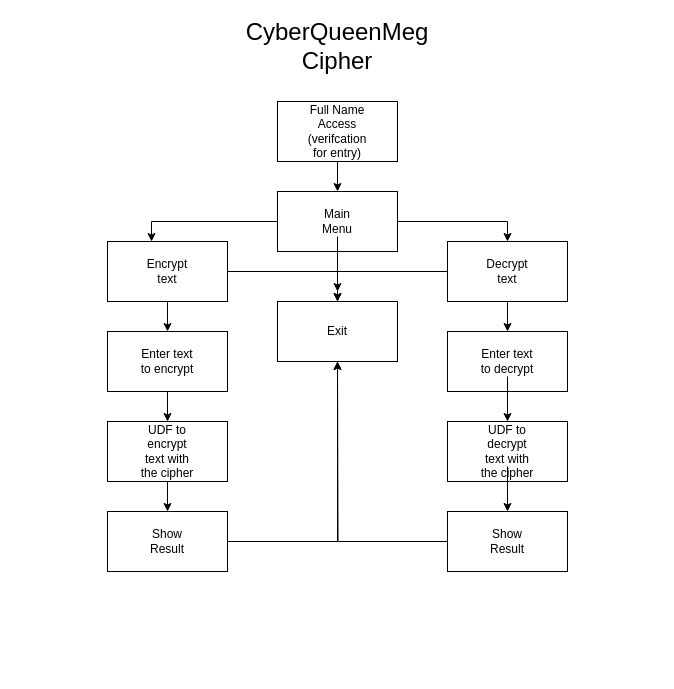
This is ITT310FinalFlowchart.drawio from cyberqueenmeg/itt-310-final-proj, a draw.io file, before an edit. Source tidied: cells renumbered, new cells numbered last; positions are measured from the earlier drawing's top-left corner, leaving out a move shared by most shapes. Both pictures are drawn from the tidied source at 100%, with x=0, y=0 at pixel (107, 31).
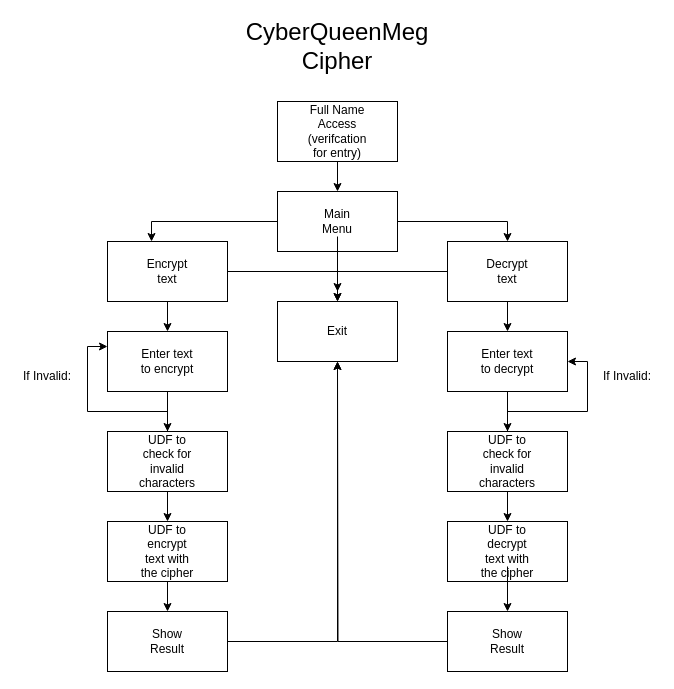
Above is the later version.

Unchanged cells that the change refers to:
```xml
<mxCell id="22" style="rounded=0;whiteSpace=wrap;html=1;" parent="1" vertex="1">
  <mxGeometry y="300" width="120" height="60" as="geometry" />
</mxCell>
<mxCell id="24" style="rounded=0;whiteSpace=wrap;html=1;" parent="1" vertex="1">
  <mxGeometry x="340" y="300" width="120" height="60" as="geometry" />
</mxCell>
<mxCell id="26" value="Enter text to decrypt" style="text;html=1;strokeColor=none;fillColor=none;align=center;verticalAlign=middle;whiteSpace=wrap;rounded=0;" parent="1" vertex="1">
  <mxGeometry x="370" y="315" width="60" height="30" as="geometry" />
</mxCell>
```

Change to the diagram source:
```diff
@@
-    <mxCell id="21" style="edgeStyle=orthogonalEdgeStyle;rounded=0;jettySize=auto;html=1;entryX=0.5;entryY=0;entryDx=0;entryDy=0;" parent="1" edge="1" source="22" target="28">
-      <mxGeometry relative="1" as="geometry" />
-    </mxCell>
+    <mxCell id="39" style="edgeStyle=orthogonalEdgeStyle;rounded=0;jettySize=auto;html=1;entryX=0.5;entryY=0;entryDx=0;entryDy=0;" parent="1" edge="1" source="22" target="43">
+      <mxGeometry relative="1" as="geometry" />
+    </mxCell>
@@
+    <mxCell id="40" style="edgeStyle=orthogonalEdgeStyle;rounded=0;jettySize=auto;html=1;entryX=0.5;entryY=0;entryDx=0;entryDy=0;" parent="1" edge="1" source="24" target="47">
+      <mxGeometry relative="1" as="geometry" />
+    </mxCell>
@@
-    <mxCell id="25" style="edgeStyle=orthogonalEdgeStyle;rounded=0;jettySize=auto;html=1;entryX=0.5;entryY=0;entryDx=0;entryDy=0;" parent="1" edge="1" source="26" target="30">
-      <mxGeometry relative="1" as="geometry" />
-    </mxCell>
@@
     <mxCell id="28" style="rounded=0;whiteSpace=wrap;html=1;" parent="1" vertex="1">
-      <mxGeometry y="390" width="120" height="60" as="geometry" />
+      <mxGeometry y="490" width="120" height="60" as="geometry" />
     </mxCell>
     <mxCell id="29" value="UDF to encrypt text with the cipher" style="text;html=1;strokeColor=none;fillColor=none;align=center;verticalAlign=middle;whiteSpace=wrap;rounded=0;" parent="1" vertex="1">
-      <mxGeometry x="30" y="405" width="60" height="30" as="geometry" />
+      <mxGeometry x="30" y="505" width="60" height="30" as="geometry" />
     </mxCell>
     <mxCell id="30" style="rounded=0;whiteSpace=wrap;html=1;" parent="1" vertex="1">
-      <mxGeometry x="340" y="390" width="120" height="60" as="geometry" />
+      <mxGeometry x="340" y="490" width="120" height="60" as="geometry" />
     </mxCell>
@@
     <mxCell id="32" value="UDF to decrypt text with the cipher" style="text;html=1;strokeColor=none;fillColor=none;align=center;verticalAlign=middle;whiteSpace=wrap;rounded=0;" parent="1" vertex="1">
-      <mxGeometry x="370" y="405" width="60" height="30" as="geometry" />
+      <mxGeometry x="370" y="505" width="60" height="30" as="geometry" />
     </mxCell>
@@
     <mxCell id="34" style="rounded=0;whiteSpace=wrap;html=1;" parent="1" vertex="1">
-      <mxGeometry y="480" width="120" height="60" as="geometry" />
+      <mxGeometry y="580" width="120" height="60" as="geometry" />
     </mxCell>
     <mxCell id="35" value="Show Result" style="text;html=1;strokeColor=none;fillColor=none;align=center;verticalAlign=middle;whiteSpace=wrap;rounded=0;" parent="1" vertex="1">
-      <mxGeometry x="30" y="495" width="60" height="30" as="geometry" />
+      <mxGeometry x="30" y="595" width="60" height="30" as="geometry" />
     </mxCell>
@@
     <mxCell id="37" style="rounded=0;whiteSpace=wrap;html=1;" parent="1" vertex="1">
-      <mxGeometry x="340" y="480" width="120" height="60" as="geometry" />
+      <mxGeometry x="340" y="580" width="120" height="60" as="geometry" />
     </mxCell>
     <mxCell id="38" value="Show Result" style="text;html=1;strokeColor=none;fillColor=none;align=center;verticalAlign=middle;whiteSpace=wrap;rounded=0;" parent="1" vertex="1">
-      <mxGeometry x="370" y="495" width="60" height="30" as="geometry" />
+      <mxGeometry x="370" y="595" width="60" height="30" as="geometry" />
     </mxCell>
+    <mxCell id="41" style="edgeStyle=orthogonalEdgeStyle;rounded=0;jettySize=auto;html=1;entryX=0.5;entryY=0;entryDx=0;entryDy=0;" parent="1" edge="1" source="43" target="28">
+      <mxGeometry relative="1" as="geometry" />
+    </mxCell>
+    <mxCell id="42" style="edgeStyle=orthogonalEdgeStyle;rounded=0;jettySize=auto;html=1;entryX=0;entryY=0.25;entryDx=0;entryDy=0;" parent="1" edge="1" source="43" target="22">
+      <mxGeometry relative="1" as="geometry" />
+    </mxCell>
+    <mxCell id="43" style="rounded=0;whiteSpace=wrap;html=1;" parent="1" vertex="1">
+      <mxGeometry y="400" width="120" height="60" as="geometry" />
+    </mxCell>
+    <mxCell id="44" value="UDF to check for invalid characters" style="text;html=1;strokeColor=none;fillColor=none;align=center;verticalAlign=middle;whiteSpace=wrap;rounded=0;" parent="1" vertex="1">
+      <mxGeometry x="30" y="415" width="60" height="30" as="geometry" />
+    </mxCell>
+    <mxCell id="45" style="edgeStyle=orthogonalEdgeStyle;rounded=0;jettySize=auto;html=1;entryX=0.5;entryY=0;entryDx=0;entryDy=0;" parent="1" edge="1" source="47" target="30">
+      <mxGeometry relative="1" as="geometry" />
+    </mxCell>
+    <mxCell id="46" style="edgeStyle=orthogonalEdgeStyle;rounded=0;jettySize=auto;html=1;entryX=1;entryY=0.5;entryDx=0;entryDy=0;" parent="1" edge="1" source="47" target="24">
+      <mxGeometry relative="1" as="geometry" />
+    </mxCell>
+    <mxCell id="47" style="rounded=0;whiteSpace=wrap;html=1;" parent="1" vertex="1">
+      <mxGeometry x="340" y="400" width="120" height="60" as="geometry" />
+    </mxCell>
+    <mxCell id="48" value="UDF to check for invalid characters" style="text;html=1;strokeColor=none;fillColor=none;align=center;verticalAlign=middle;whiteSpace=wrap;rounded=0;" parent="1" vertex="1">
+      <mxGeometry x="370" y="415" width="60" height="30" as="geometry" />
+    </mxCell>
+    <mxCell id="49" value="If Invalid:" style="text;html=1;strokeColor=none;fillColor=none;align=center;verticalAlign=middle;whiteSpace=wrap;rounded=0;" parent="1" vertex="1">
+      <mxGeometry x="-90" y="330" width="60" height="30" as="geometry" />
+    </mxCell>
+    <mxCell id="50" value="If Invalid:" style="text;html=1;strokeColor=none;fillColor=none;align=center;verticalAlign=middle;whiteSpace=wrap;rounded=0;" parent="1" vertex="1">
+      <mxGeometry x="490" y="330" width="60" height="30" as="geometry" />
+    </mxCell>
```
